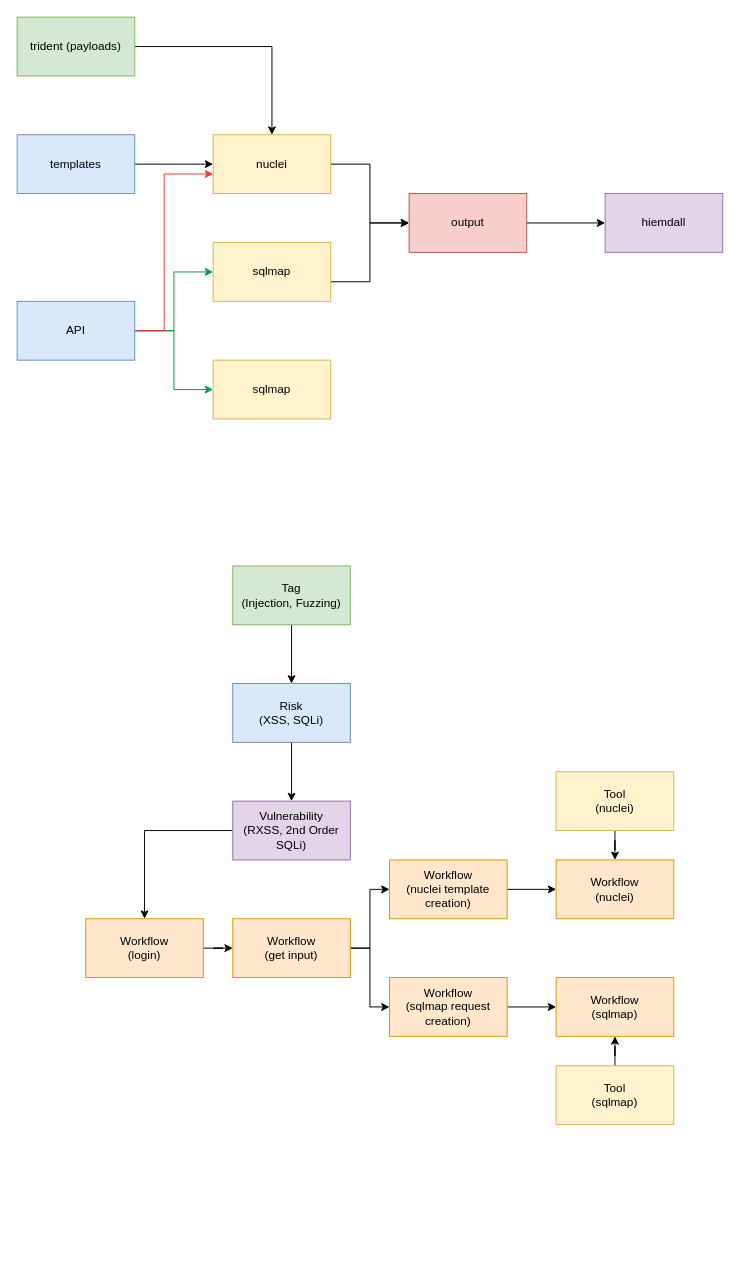
Before: page "yggdrasil" (8 of 10) of scanning_engine.drawio in abhijitacharya793/bolt, a draw.io diagram. Source tidied: cells renumbered, new cells numbered last; positions are measured from the earlier drawing's top-left corner, leaving out a move shared by most shapes. Both pictures are drawn from the tidied source at 98%, with x=0, y=0 at pixel (17, 17).
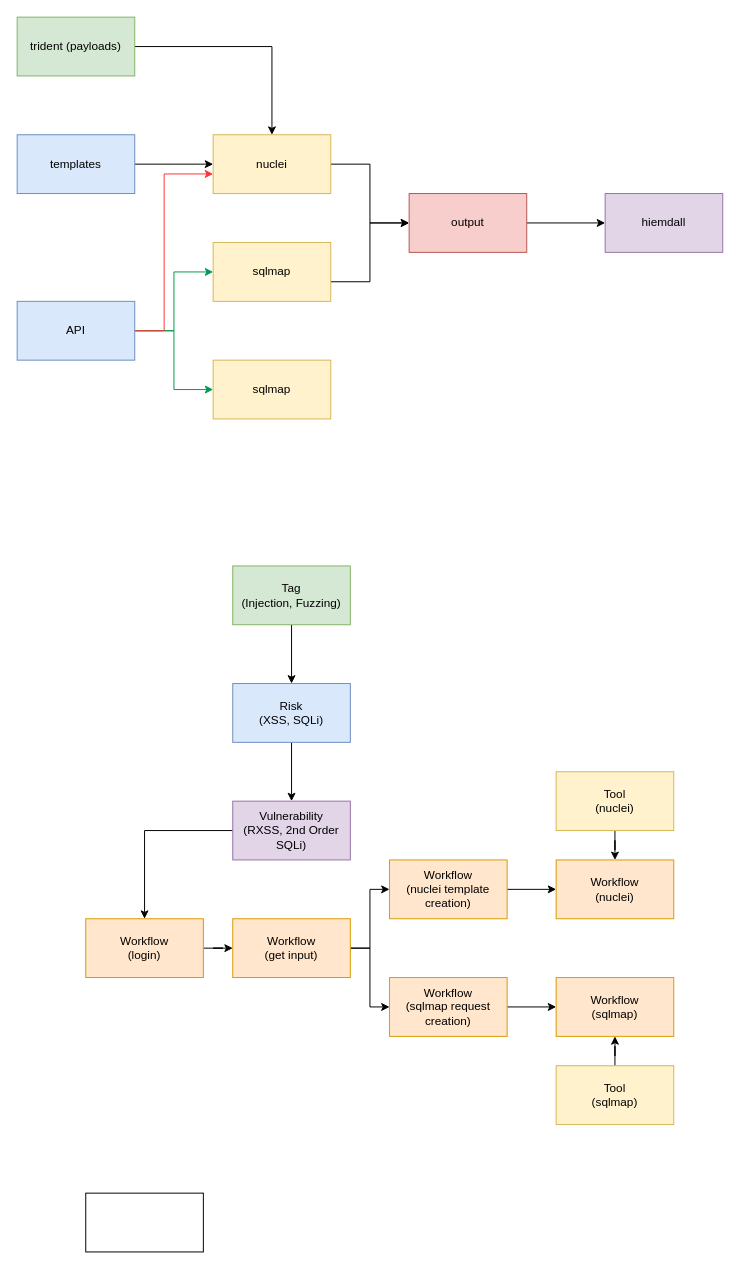
Above is the later version.

Diff of the diagram source:
```diff
@@
+    <mxCell id="39" style="rounded=0;whiteSpace=wrap;html=1;" parent="1" vertex="1">
+      <mxGeometry x="70" y="1200" width="120" height="60" as="geometry" />
+    </mxCell>
```
